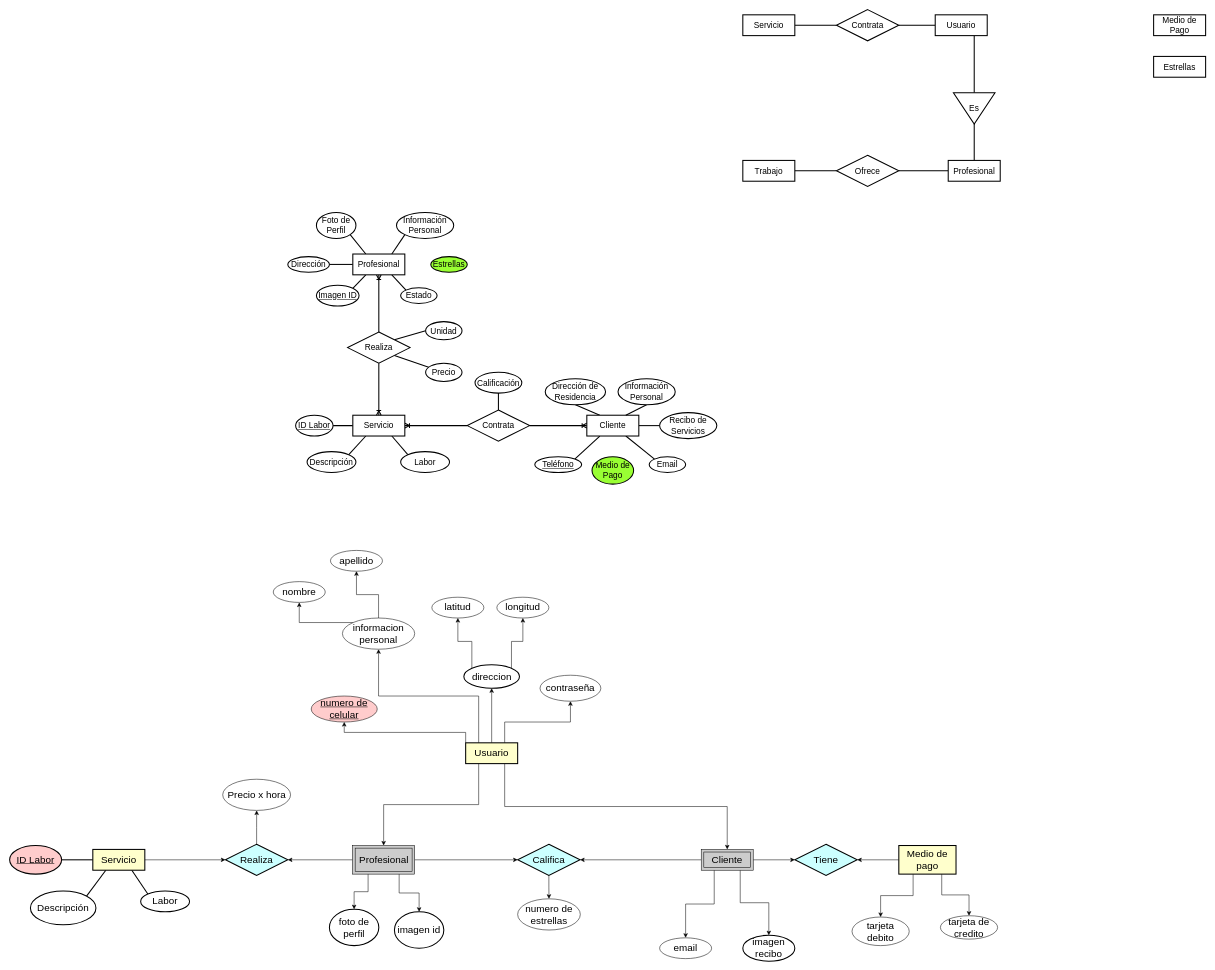
Above: Diagramas/Dragrama Entidad-Relacion.drawio in Hazzard1912/domesticapp (draw.io), before the change. Source tidied: cells renumbered, new cells numbered last; positions are measured from the earlier drawing's top-left corner, leaving out a move shared by most shapes. Both pictures are drawn from the tidied source at 52%, with x=0, y=0 at pixel (9, 9).
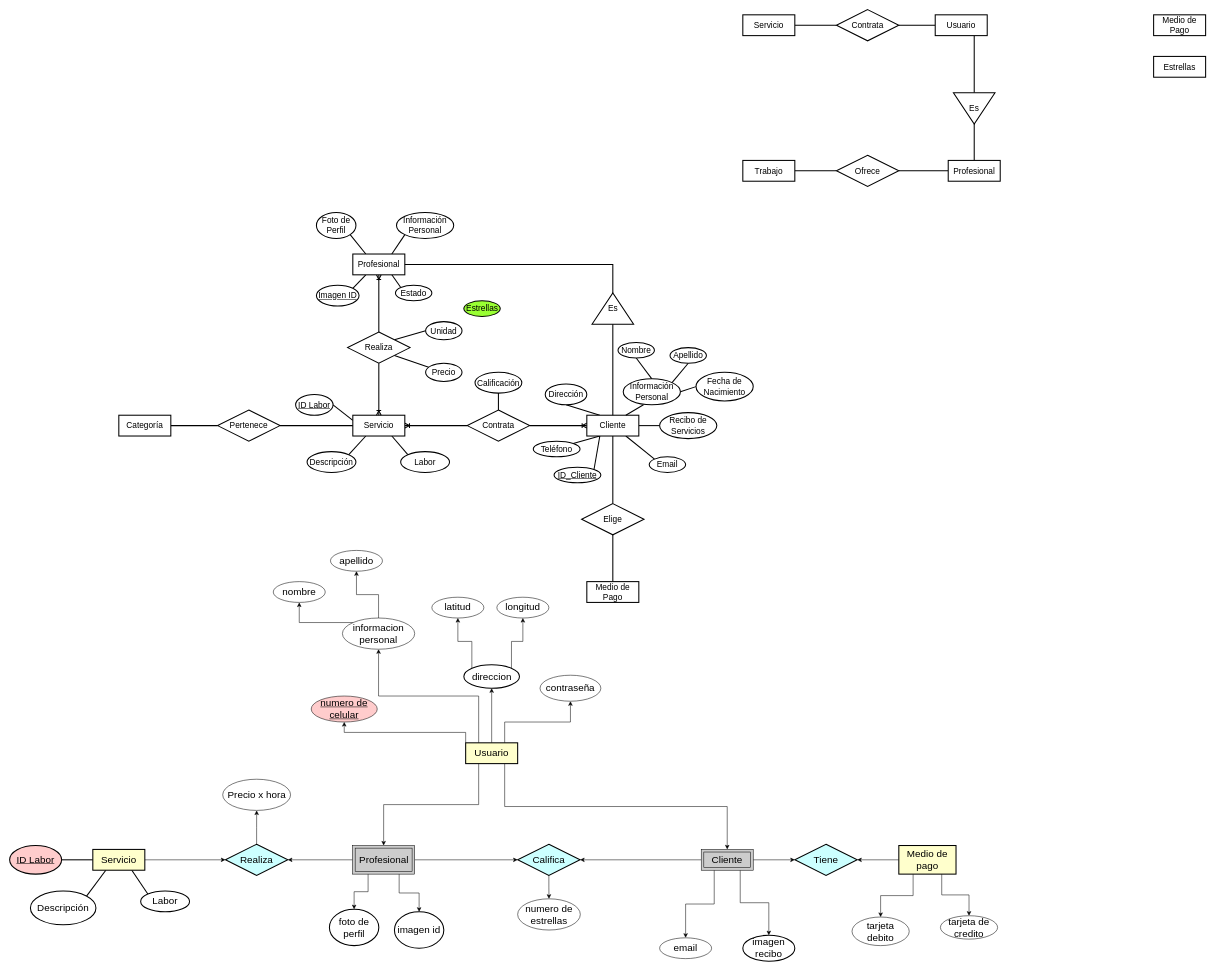
After the change.

The change refers to these unchanged cells:
```xml
<mxCell id="8" value="Profesional" style="whiteSpace=wrap;html=1;align=center;strokeWidth=2;fontSize=16;" parent="1" vertex="1">
  <mxGeometry x="660" y="470" width="100" height="40" as="geometry" />
</mxCell>
<mxCell id="14" value="&lt;div&gt;Cliente&lt;/div&gt;" style="whiteSpace=wrap;html=1;align=center;strokeWidth=2;fontSize=16;" parent="1" vertex="1">
  <mxGeometry x="1110" y="780" width="100" height="40" as="geometry" />
</mxCell>
<mxCell id="26" value="Servicio" style="whiteSpace=wrap;html=1;align=center;strokeWidth=2;fontSize=16;" parent="1" vertex="1">
  <mxGeometry x="660" y="780" width="100" height="40" as="geometry" />
</mxCell>
```

What changed in the source:
```diff
@@
-    <mxCell id="3" style="edgeStyle=orthogonalEdgeStyle;rounded=0;jettySize=auto;html=1;exitX=0;exitY=0.5;exitDx=0;exitDy=0;entryX=1;entryY=0.5;entryDx=0;entryDy=0;endArrow=none;endFill=0;strokeWidth=2;" parent="1" edge="1" source="8" target="18">
-      <mxGeometry relative="1" as="geometry" />
-    </mxCell>
@@
+    <mxCell id="114" style="edgeStyle=orthogonalEdgeStyle;rounded=0;jettySize=auto;html=1;exitX=0.5;exitY=1;exitDx=0;exitDy=0;entryX=0.5;entryY=0;entryDx=0;entryDy=0;strokeWidth=2;endArrow=none;endFill=0;" parent="1" edge="1" source="14" target="122">
+      <mxGeometry relative="1" as="geometry" />
+    </mxCell>
@@
-    <mxCell id="18" value="Dirección" style="ellipse;whiteSpace=wrap;html=1;align=center;fontSize=16;strokeWidth=2;" parent="1" vertex="1">
-      <mxGeometry x="535" y="475" width="80" height="30" as="geometry" />
-    </mxCell>
@@
-    <mxCell id="21" style="edgeStyle=orthogonalEdgeStyle;rounded=0;jettySize=auto;html=1;exitX=1;exitY=0.5;exitDx=0;exitDy=0;endArrow=none;endFill=0;strokeWidth=2;" parent="1" edge="1" source="22" target="26">
+    <mxCell id="21" style="rounded=0;jettySize=auto;html=1;exitX=1;exitY=0.5;exitDx=0;exitDy=0;endArrow=none;endFill=0;strokeWidth=2;entryX=0;entryY=0.25;entryDx=0;entryDy=0;" parent="1" edge="1" source="22" target="26">
       <mxGeometry relative="1" as="geometry" />
     </mxCell>
     <mxCell id="22" value="ID Labor" style="ellipse;whiteSpace=wrap;html=1;align=center;fontSize=16;strokeWidth=2;fontStyle=4;" parent="1" vertex="1">
-      <mxGeometry x="550" y="780" width="72" height="40" as="geometry" />
+      <mxGeometry x="550" y="740" width="72" height="40" as="geometry" />
     </mxCell>
@@
-    <mxCell id="33" style="rounded=0;jettySize=auto;html=1;exitX=0.5;exitY=1;exitDx=0;exitDy=0;entryX=0.75;entryY=0;entryDx=0;entryDy=0;endArrow=none;endFill=0;strokeWidth=2;" parent="1" edge="1" source="34" target="14">
+    <mxCell id="33" style="rounded=0;jettySize=auto;html=1;exitX=0.355;exitY=1;exitDx=0;exitDy=0;entryX=0.75;entryY=0;entryDx=0;entryDy=0;endArrow=none;endFill=0;strokeWidth=2;exitPerimeter=0;" parent="1" edge="1" source="34" target="14">
       <mxGeometry relative="1" as="geometry" />
     </mxCell>
+    <mxCell id="115" style="rounded=0;jettySize=auto;html=1;exitX=1;exitY=0.5;exitDx=0;exitDy=0;entryX=0;entryY=0.5;entryDx=0;entryDy=0;strokeWidth=2;endArrow=none;endFill=0;" parent="1" edge="1" source="34" target="129">
+      <mxGeometry relative="1" as="geometry" />
+    </mxCell>
+    <mxCell id="116" style="rounded=0;jettySize=auto;html=1;exitX=0.5;exitY=0;exitDx=0;exitDy=0;entryX=0.5;entryY=1;entryDx=0;entryDy=0;strokeWidth=2;endArrow=none;endFill=0;" parent="1" edge="1" source="34" target="127">
+      <mxGeometry relative="1" as="geometry" />
+    </mxCell>
+    <mxCell id="117" style="rounded=0;jettySize=auto;html=1;exitX=1;exitY=0;exitDx=0;exitDy=0;entryX=0.5;entryY=1;entryDx=0;entryDy=0;strokeWidth=2;endArrow=none;endFill=0;" parent="1" edge="1" source="34" target="128">
+      <mxGeometry relative="1" as="geometry" />
+    </mxCell>
     <mxCell id="34" value="Información Personal" style="ellipse;whiteSpace=wrap;html=1;align=center;fontSize=16;strokeWidth=2;" parent="1" vertex="1">
-      <mxGeometry x="1170" y="710" width="110" height="50" as="geometry" />
+      <mxGeometry x="1180" y="710" width="110" height="50" as="geometry" />
     </mxCell>
-    <mxCell id="35" value="Dirección de Residencia" style="ellipse;whiteSpace=wrap;html=1;align=center;fontSize=16;strokeWidth=2;" parent="1" vertex="1">
-      <mxGeometry x="1030" y="710" width="116" height="50" as="geometry" />
+    <mxCell id="35" value="Dirección" style="ellipse;whiteSpace=wrap;html=1;align=center;fontSize=16;strokeWidth=2;" parent="1" vertex="1">
+      <mxGeometry x="1030" y="720" width="80" height="40" as="geometry" />
     </mxCell>
@@
-    <mxCell id="37" value="Teléfono" style="ellipse;whiteSpace=wrap;html=1;align=center;fontSize=16;strokeWidth=2;fontStyle=4;" parent="1" vertex="1">
-      <mxGeometry x="1010" y="860" width="90" height="30" as="geometry" />
+    <mxCell id="37" value="Teléfono" style="ellipse;whiteSpace=wrap;html=1;align=center;fontSize=16;strokeWidth=2;fontStyle=0;" parent="1" vertex="1">
+      <mxGeometry x="1007" y="830" width="90" height="30" as="geometry" />
     </mxCell>
@@
-    <mxCell id="39" value="Medio de Pago" style="ellipse;whiteSpace=wrap;html=1;align=center;fontSize=16;strokeWidth=2;fillColor=#99FF33;" parent="1" vertex="1">
-      <mxGeometry x="1120" y="860" width="80" height="52.5" as="geometry" />
-    </mxCell>
     <mxCell id="40" value="Estado" style="ellipse;whiteSpace=wrap;html=1;align=center;fontSize=16;strokeWidth=2;" parent="1" vertex="1">
-      <mxGeometry x="752" y="535" width="70" height="30" as="geometry" />
+      <mxGeometry x="742" y="530" width="70" height="30" as="geometry" />
     </mxCell>
@@
     <mxCell id="42" value="Estrellas" style="ellipse;whiteSpace=wrap;html=1;align=center;fontSize=16;strokeWidth=2;fillColor=#99FF33;" parent="1" vertex="1">
-      <mxGeometry x="810" y="475" width="70" height="30" as="geometry" />
+      <mxGeometry x="873.5" y="560" width="70" height="30" as="geometry" />
     </mxCell>
@@
+    <mxCell id="118" value="Es" style="verticalLabelPosition=middle;verticalAlign=middle;html=1;shape=mxgraph.basic.acute_triangle;dx=0.5;horizontal=1;labelPosition=center;align=center;fontSize=16;strokeWidth=2;" parent="1" vertex="1">
+      <mxGeometry x="1120" y="545" width="80" height="60" as="geometry" />
+    </mxCell>
+    <mxCell id="119" style="edgeStyle=orthogonalEdgeStyle;rounded=0;jettySize=auto;html=1;exitX=1;exitY=0.5;exitDx=0;exitDy=0;entryX=0;entryY=0;entryDx=40;entryDy=0;entryPerimeter=0;strokeWidth=2;endArrow=none;endFill=0;" parent="1" edge="1" source="8" target="118">
+      <mxGeometry relative="1" as="geometry" />
+    </mxCell>
+    <mxCell id="120" style="edgeStyle=orthogonalEdgeStyle;rounded=0;jettySize=auto;html=1;exitX=0.5;exitY=0;exitDx=0;exitDy=0;entryX=0.5;entryY=1;entryDx=0;entryDy=0;entryPerimeter=0;strokeWidth=2;endArrow=none;endFill=0;" parent="1" edge="1" source="14" target="118">
+      <mxGeometry relative="1" as="geometry" />
+    </mxCell>
+    <mxCell id="121" style="edgeStyle=orthogonalEdgeStyle;rounded=0;jettySize=auto;html=1;exitX=0.5;exitY=0;exitDx=0;exitDy=0;entryX=0.5;entryY=1;entryDx=0;entryDy=0;strokeWidth=2;endArrow=none;endFill=0;" parent="1" edge="1" source="39" target="122">
+      <mxGeometry relative="1" as="geometry" />
+    </mxCell>
+    <mxCell id="39" value="Medio de Pago" style="whiteSpace=wrap;html=1;align=center;strokeWidth=2;fontSize=16;" parent="1" vertex="1">
+      <mxGeometry x="1110" y="1100" width="100" height="40" as="geometry" />
+    </mxCell>
+    <mxCell id="122" value="Elige" style="shape=rhombus;perimeter=rhombusPerimeter;whiteSpace=wrap;html=1;align=center;strokeWidth=2;fontSize=16;" parent="1" vertex="1">
+      <mxGeometry x="1100" y="950" width="120" height="60" as="geometry" />
+    </mxCell>
+    <mxCell id="123" style="edgeStyle=orthogonalEdgeStyle;rounded=0;jettySize=auto;html=1;exitX=1;exitY=0.5;exitDx=0;exitDy=0;entryX=0;entryY=0.5;entryDx=0;entryDy=0;strokeWidth=2;endArrow=none;endFill=0;" parent="1" edge="1" source="124" target="126">
+      <mxGeometry relative="1" as="geometry" />
+    </mxCell>
+    <mxCell id="124" value="Categoría" style="whiteSpace=wrap;html=1;align=center;strokeWidth=2;fontSize=16;" parent="1" vertex="1">
+      <mxGeometry x="210" y="780" width="100" height="40" as="geometry" />
+    </mxCell>
+    <mxCell id="125" style="edgeStyle=orthogonalEdgeStyle;rounded=0;jettySize=auto;html=1;exitX=1;exitY=0.5;exitDx=0;exitDy=0;strokeWidth=2;endArrow=none;endFill=0;" parent="1" edge="1" source="126" target="26">
+      <mxGeometry relative="1" as="geometry" />
+    </mxCell>
+    <mxCell id="126" value="Pertenece" style="shape=rhombus;perimeter=rhombusPerimeter;whiteSpace=wrap;html=1;align=center;strokeWidth=2;fontSize=16;" parent="1" vertex="1">
+      <mxGeometry x="400" y="770" width="120" height="60" as="geometry" />
+    </mxCell>
+    <mxCell id="127" value="Nombre" style="ellipse;whiteSpace=wrap;html=1;align=center;fontSize=16;strokeWidth=2;" parent="1" vertex="1">
+      <mxGeometry x="1170" y="640" width="70" height="30" as="geometry" />
+    </mxCell>
+    <mxCell id="128" value="Apellido" style="ellipse;whiteSpace=wrap;html=1;align=center;fontSize=16;strokeWidth=2;" parent="1" vertex="1">
+      <mxGeometry x="1270" y="650" width="70" height="30" as="geometry" />
+    </mxCell>
+    <mxCell id="129" value="Fecha de Nacimiento" style="ellipse;whiteSpace=wrap;html=1;align=center;fontSize=16;strokeWidth=2;" parent="1" vertex="1">
+      <mxGeometry x="1320" y="697.5" width="110" height="55" as="geometry" />
+    </mxCell>
+    <mxCell id="130" style="rounded=0;jettySize=auto;html=1;exitX=1;exitY=0;exitDx=0;exitDy=0;entryX=0.25;entryY=1;entryDx=0;entryDy=0;strokeWidth=2;endArrow=none;endFill=0;" parent="1" edge="1" source="131" target="14">
+      <mxGeometry relative="1" as="geometry" />
+    </mxCell>
+    <mxCell id="131" value="ID_Cliente" style="ellipse;whiteSpace=wrap;html=1;align=center;fontSize=16;strokeWidth=2;fontStyle=4;" parent="1" vertex="1">
+      <mxGeometry x="1047" y="880" width="90" height="30" as="geometry" />
+    </mxCell>
```
